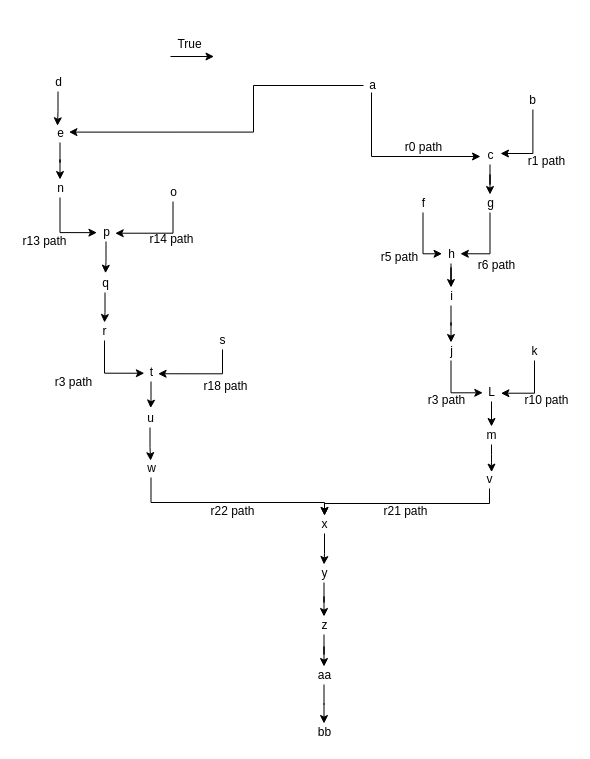
Earlier version of the draw.io diagram Untitled Diagram.drawio (reaganmcf/diagrams-repo). Source tidied: cells renumbered, new cells numbered last; positions are measured from the earlier drawing's top-left corner, leaving out a move shared by most shapes. Both pictures are drawn from the tidied source at 100%, with x=0, y=0 at pixel (17, 35).
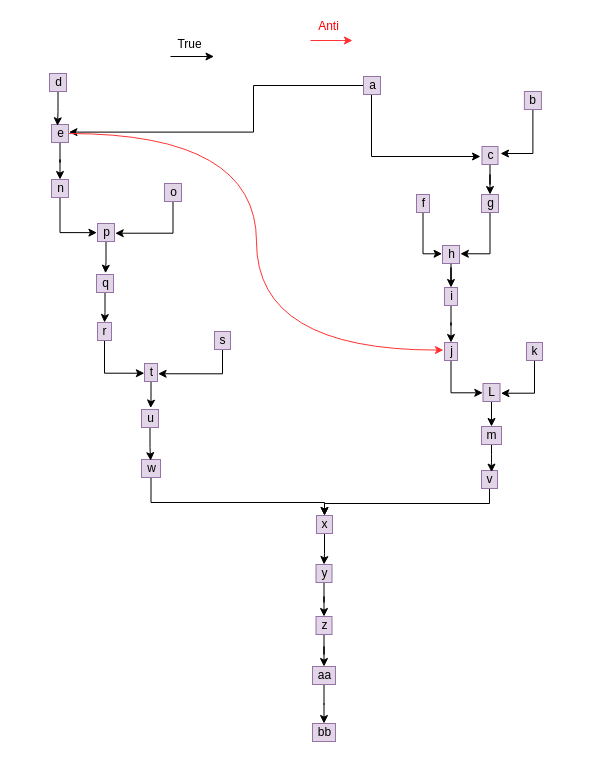
The same page after the edit.

Change to the diagram source:
```diff
@@
-    <mxCell id="2" value="bb" style="text;html=1;align=center;verticalAlign=middle;points=[];strokeColor=none;fillColor=none;" parent="1" vertex="1">
+    <mxCell id="2" value="bb" style="text;html=1;align=center;verticalAlign=middle;points=[];strokeColor=#9673a6;fillColor=#e1d5e7;" parent="1" vertex="1">
       <mxGeometry x="295" y="688" width="23" height="18" as="geometry" />
     </mxCell>
@@
-    <mxCell id="4" value="aa" style="text;html=1;align=center;verticalAlign=middle;points=[];strokeColor=none;fillColor=none;" parent="1" vertex="1">
+    <mxCell id="4" value="aa" style="text;html=1;align=center;verticalAlign=middle;points=[];strokeColor=#9673a6;fillColor=#e1d5e7;" parent="1" vertex="1">
       <mxGeometry x="295" y="631" width="23" height="18" as="geometry" />
     </mxCell>
@@
-    <mxCell id="6" value="z" style="text;html=1;align=center;verticalAlign=middle;points=[];strokeColor=none;fillColor=none;" parent="1" vertex="1">
+    <mxCell id="6" value="z" style="text;html=1;align=center;verticalAlign=middle;points=[];strokeColor=#9673a6;fillColor=#e1d5e7;" parent="1" vertex="1">
       <mxGeometry x="298.5" y="581" width="16" height="18" as="geometry" />
     </mxCell>
@@
-    <mxCell id="8" value="y" style="text;html=1;align=center;verticalAlign=middle;points=[];strokeColor=none;fillColor=none;" parent="1" vertex="1">
+    <mxCell id="8" value="y" style="text;html=1;align=center;verticalAlign=middle;points=[];strokeColor=#9673a6;fillColor=#e1d5e7;" parent="1" vertex="1">
       <mxGeometry x="298.5" y="529" width="16" height="18" as="geometry" />
     </mxCell>
@@
-    <mxCell id="10" value="x" style="text;html=1;align=center;verticalAlign=middle;points=[];strokeColor=none;fillColor=none;" parent="1" vertex="1">
+    <mxCell id="10" value="x" style="text;html=1;align=center;verticalAlign=middle;points=[];strokeColor=#9673a6;fillColor=#e1d5e7;" parent="1" vertex="1">
       <mxGeometry x="299" y="480" width="16" height="18" as="geometry" />
     </mxCell>
-    <mxCell id="11" value="r21 path" style="text;html=1;align=center;verticalAlign=middle;strokeColor=none;fillColor=none;" parent="1" vertex="1">
-      <mxGeometry x="361" y="467" width="54" height="18" as="geometry" />
-    </mxCell>
@@
-    <mxCell id="13" value="v" style="text;html=1;align=center;verticalAlign=middle;points=[];strokeColor=none;fillColor=none;" parent="1" vertex="1">
+    <mxCell id="13" value="v" style="text;html=1;align=center;verticalAlign=middle;points=[];strokeColor=#9673a6;fillColor=#e1d5e7;" parent="1" vertex="1">
       <mxGeometry x="464" y="435" width="16" height="18" as="geometry" />
     </mxCell>
@@
-    <mxCell id="15" value="m" style="text;html=1;align=center;verticalAlign=middle;points=[];strokeColor=none;fillColor=none;" parent="1" vertex="1">
+    <mxCell id="15" value="m" style="text;html=1;align=center;verticalAlign=middle;points=[];strokeColor=#9673a6;fillColor=#e1d5e7;" parent="1" vertex="1">
       <mxGeometry x="464" y="391" width="20" height="18" as="geometry" />
     </mxCell>
@@
-    <mxCell id="17" value="L" style="text;html=1;align=center;verticalAlign=middle;points=[];strokeColor=none;fillColor=none;" parent="1" vertex="1">
+    <mxCell id="17" value="L" style="text;html=1;align=center;verticalAlign=middle;points=[];strokeColor=#9673a6;fillColor=#e1d5e7;" parent="1" vertex="1">
       <mxGeometry x="465.5" y="348" width="17" height="18" as="geometry" />
     </mxCell>
-    <mxCell id="18" value="r3 path" style="text;html=1;align=center;verticalAlign=middle;strokeColor=none;fillColor=none;" parent="1" vertex="1">
-      <mxGeometry x="405" y="356" width="47" height="18" as="geometry" />
-    </mxCell>
@@
-    <mxCell id="20" value="j" style="text;html=1;align=center;verticalAlign=middle;points=[];strokeColor=none;fillColor=none;" parent="1" vertex="1">
+    <mxCell id="20" value="j" style="text;html=1;align=center;verticalAlign=middle;points=[];strokeColor=#9673a6;fillColor=#e1d5e7;" parent="1" vertex="1">
       <mxGeometry x="427" y="307" width="13" height="18" as="geometry" />
     </mxCell>
@@
-    <mxCell id="22" value="i" style="text;html=1;align=center;verticalAlign=middle;points=[];strokeColor=none;fillColor=none;" parent="1" vertex="1">
+    <mxCell id="22" value="i" style="text;html=1;align=center;verticalAlign=middle;points=[];strokeColor=#9673a6;fillColor=#e1d5e7;" parent="1" vertex="1">
       <mxGeometry x="427" y="252" width="13" height="18" as="geometry" />
     </mxCell>
@@
-    <mxCell id="24" value="h" style="text;html=1;align=center;verticalAlign=middle;points=[];strokeColor=none;fillColor=none;" parent="1" vertex="1">
+    <mxCell id="24" value="h" style="text;html=1;align=center;verticalAlign=middle;points=[];strokeColor=#9673a6;fillColor=#e1d5e7;" parent="1" vertex="1">
       <mxGeometry x="425" y="210" width="17" height="18" as="geometry" />
     </mxCell>
-    <mxCell id="25" value="r5 path" style="text;html=1;align=center;verticalAlign=middle;strokeColor=none;fillColor=none;" parent="1" vertex="1">
-      <mxGeometry x="358" y="213" width="47" height="18" as="geometry" />
-    </mxCell>
@@
-    <mxCell id="27" value="f" style="text;html=1;align=center;verticalAlign=middle;points=[];strokeColor=none;fillColor=none;" parent="1" vertex="1">
+    <mxCell id="27" value="f" style="text;html=1;align=center;verticalAlign=middle;points=[];strokeColor=#9673a6;fillColor=#e1d5e7;" parent="1" vertex="1">
       <mxGeometry x="399" y="159" width="13" height="18" as="geometry" />
     </mxCell>
-    <mxCell id="28" value="r6 path" style="text;html=1;align=center;verticalAlign=middle;strokeColor=none;fillColor=none;" parent="1" vertex="1">
-      <mxGeometry x="455" y="221" width="47" height="18" as="geometry" />
-    </mxCell>
@@
-    <mxCell id="30" value="g" style="text;html=1;align=center;verticalAlign=middle;points=[];strokeColor=none;fillColor=none;" parent="1" vertex="1">
+    <mxCell id="30" value="g" style="text;html=1;align=center;verticalAlign=middle;points=[];strokeColor=#9673a6;fillColor=#e1d5e7;" parent="1" vertex="1">
       <mxGeometry x="464" y="159" width="17" height="18" as="geometry" />
     </mxCell>
@@
-    <mxCell id="32" value="c" style="text;html=1;align=center;verticalAlign=middle;points=[];strokeColor=none;fillColor=none;" parent="1" vertex="1">
+    <mxCell id="32" value="c" style="text;html=1;align=center;verticalAlign=middle;points=[];strokeColor=#9673a6;fillColor=#e1d5e7;" parent="1" vertex="1">
       <mxGeometry x="464.5" y="111" width="16" height="18" as="geometry" />
     </mxCell>
@@
-    <mxCell id="34" value="b" style="text;html=1;align=center;verticalAlign=middle;points=[];strokeColor=none;fillColor=none;" parent="1" vertex="1">
+    <mxCell id="34" value="b" style="text;html=1;align=center;verticalAlign=middle;points=[];strokeColor=#9673a6;fillColor=#e1d5e7;" parent="1" vertex="1">
       <mxGeometry x="506.9" y="56" width="17" height="18" as="geometry" />
     </mxCell>
-    <mxCell id="35" value="r1 path" style="text;html=1;align=center;verticalAlign=middle;strokeColor=none;fillColor=none;" parent="1" vertex="1">
-      <mxGeometry x="505.5" y="117" width="47" height="18" as="geometry" />
-    </mxCell>
@@
-    <mxCell id="38" value="a" style="text;html=1;align=center;verticalAlign=middle;points=[];strokeColor=none;fillColor=none;" parent="1" vertex="1">
+    <mxCell id="38" value="a" style="text;html=1;align=center;verticalAlign=middle;points=[];strokeColor=#9673a6;fillColor=#e1d5e7;" parent="1" vertex="1">
       <mxGeometry x="346" y="41" width="17" height="18" as="geometry" />
     </mxCell>
-    <mxCell id="39" value="r0 path" style="text;html=1;align=center;verticalAlign=middle;strokeColor=none;fillColor=none;" parent="1" vertex="1">
-      <mxGeometry x="382" y="103" width="47" height="18" as="geometry" />
-    </mxCell>
@@
-    <mxCell id="41" value="k" style="text;html=1;align=center;verticalAlign=middle;points=[];strokeColor=none;fillColor=none;" parent="1" vertex="1">
+    <mxCell id="41" value="k" style="text;html=1;align=center;verticalAlign=middle;points=[];strokeColor=#9673a6;fillColor=#e1d5e7;" parent="1" vertex="1">
       <mxGeometry x="509" y="307" width="16" height="18" as="geometry" />
     </mxCell>
-    <mxCell id="42" value="r10 path" style="text;html=1;align=center;verticalAlign=middle;strokeColor=none;fillColor=none;" parent="1" vertex="1">
-      <mxGeometry x="502" y="356" width="54" height="18" as="geometry" />
-    </mxCell>
-    <mxCell id="43" value="&lt;font color=&quot;#000000&quot;&gt;r22 path&lt;/font&gt;" style="text;html=1;align=center;verticalAlign=middle;strokeColor=none;fillColor=none;fontColor=#E6E6E6;" parent="1" vertex="1">
-      <mxGeometry x="188" y="467" width="54" height="18" as="geometry" />
-    </mxCell>
@@
-    <mxCell id="45" value="w" style="text;html=1;align=center;verticalAlign=middle;points=[];strokeColor=none;fillColor=none;fontColor=#000000;" parent="1" vertex="1">
+    <mxCell id="45" value="w" style="text;html=1;align=center;verticalAlign=middle;points=[];strokeColor=#9673a6;fillColor=#e1d5e7;" parent="1" vertex="1">
       <mxGeometry x="124" y="424" width="19" height="18" as="geometry" />
     </mxCell>
@@
-    <mxCell id="47" value="u" style="text;html=1;align=center;verticalAlign=middle;points=[];strokeColor=none;fillColor=none;fontColor=#000000;" parent="1" vertex="1">
+    <mxCell id="47" value="u" style="text;html=1;align=center;verticalAlign=middle;points=[];strokeColor=#9673a6;fillColor=#e1d5e7;" parent="1" vertex="1">
       <mxGeometry x="124" y="374" width="17" height="18" as="geometry" />
     </mxCell>
@@
-    <mxCell id="49" value="t" style="text;html=1;align=center;verticalAlign=middle;points=[];strokeColor=none;fillColor=none;fontColor=#000000;" parent="1" vertex="1">
+    <mxCell id="49" value="t" style="text;html=1;align=center;verticalAlign=middle;points=[];strokeColor=#9673a6;fillColor=#e1d5e7;" parent="1" vertex="1">
       <mxGeometry x="127" y="328" width="13" height="18" as="geometry" />
     </mxCell>
-    <mxCell id="50" value="r3 path" style="text;html=1;align=center;verticalAlign=middle;strokeColor=none;fillColor=none;fontColor=#000000;" parent="1" vertex="1">
-      <mxGeometry x="32" y="338" width="47" height="18" as="geometry" />
-    </mxCell>
-    <mxCell id="51" value="r18 path" style="text;html=1;align=center;verticalAlign=middle;strokeColor=none;fillColor=none;fontColor=#000000;" parent="1" vertex="1">
-      <mxGeometry x="181" y="342" width="54" height="18" as="geometry" />
-    </mxCell>
@@
-    <mxCell id="53" value="s" style="text;html=1;align=center;verticalAlign=middle;points=[];strokeColor=none;fillColor=none;fontColor=#000000;" parent="1" vertex="1">
+    <mxCell id="53" value="s" style="text;html=1;align=center;verticalAlign=middle;points=[];strokeColor=#9673a6;fillColor=#e1d5e7;" parent="1" vertex="1">
       <mxGeometry x="197" y="296" width="16" height="18" as="geometry" />
     </mxCell>
@@
-    <mxCell id="55" value="r" style="text;html=1;align=center;verticalAlign=middle;points=[];strokeColor=none;fillColor=none;fontColor=#000000;" parent="1" vertex="1">
+    <mxCell id="55" value="r" style="text;html=1;align=center;verticalAlign=middle;points=[];strokeColor=#9673a6;fillColor=#e1d5e7;" parent="1" vertex="1">
       <mxGeometry x="80" y="287" width="14" height="18" as="geometry" />
     </mxCell>
@@
-    <mxCell id="57" value="q" style="text;html=1;align=center;verticalAlign=middle;points=[];strokeColor=none;fillColor=none;fontColor=#000000;" parent="1" vertex="1">
+    <mxCell id="57" value="q" style="text;html=1;align=center;verticalAlign=middle;points=[];strokeColor=#9673a6;fillColor=#e1d5e7;" parent="1" vertex="1">
       <mxGeometry x="79" y="239" width="17" height="18" as="geometry" />
     </mxCell>
@@
-    <mxCell id="59" value="p" style="text;html=1;align=center;verticalAlign=middle;points=[];strokeColor=none;fillColor=none;fontColor=#000000;" parent="1" vertex="1">
+    <mxCell id="59" value="p" style="text;html=1;align=center;verticalAlign=middle;points=[];strokeColor=#9673a6;fillColor=#e1d5e7;" parent="1" vertex="1">
       <mxGeometry x="80" y="188" width="17" height="18" as="geometry" />
     </mxCell>
-    <mxCell id="60" value="r13 path" style="text;html=1;align=center;verticalAlign=middle;strokeColor=none;fillColor=none;fontColor=#000000;" parent="1" vertex="1">
-      <mxGeometry y="197" width="54" height="18" as="geometry" />
-    </mxCell>
-    <mxCell id="61" value="r14 path" style="text;html=1;align=center;verticalAlign=middle;strokeColor=none;fillColor=none;fontColor=#000000;" parent="1" vertex="1">
-      <mxGeometry x="127" y="195" width="54" height="18" as="geometry" />
-    </mxCell>
@@
-    <mxCell id="63" value="o" style="text;html=1;align=center;verticalAlign=middle;points=[];strokeColor=none;fillColor=none;fontColor=#000000;" parent="1" vertex="1">
+    <mxCell id="63" value="o" style="text;html=1;align=center;verticalAlign=middle;points=[];strokeColor=#9673a6;fillColor=#e1d5e7;" parent="1" vertex="1">
       <mxGeometry x="147" y="148" width="17" height="18" as="geometry" />
     </mxCell>
@@
-    <mxCell id="65" value="n" style="text;html=1;align=center;verticalAlign=middle;points=[];strokeColor=none;fillColor=none;fontColor=#000000;" parent="1" vertex="1">
+    <mxCell id="65" value="n" style="text;html=1;align=center;verticalAlign=middle;points=[];strokeColor=#9673a6;fillColor=#e1d5e7;" parent="1" vertex="1">
       <mxGeometry x="34" y="144" width="17" height="18" as="geometry" />
     </mxCell>
@@
+    <mxCell id="73" style="edgeStyle=orthogonalEdgeStyle;jettySize=auto;html=1;entryX=-0.08;entryY=0.42;entryDx=0;entryDy=0;entryPerimeter=0;fontColor=#FF0000;strokeColor=#FF3333;curved=1;" parent="1" edge="1" source="67" target="20">
+      <mxGeometry relative="1" as="geometry" />
+    </mxCell>
-    <mxCell id="67" value="e" style="text;html=1;align=center;verticalAlign=middle;points=[];strokeColor=none;fillColor=none;fontColor=#000000;" parent="1" vertex="1">
+    <mxCell id="67" value="e" style="text;html=1;align=center;verticalAlign=middle;points=[];strokeColor=#9673a6;fillColor=#e1d5e7;" parent="1" vertex="1">
       <mxGeometry x="34" y="89" width="17" height="18" as="geometry" />
     </mxCell>
@@
-    <mxCell id="69" value="d" style="text;html=1;align=center;verticalAlign=middle;points=[];strokeColor=none;fillColor=none;fontColor=#000000;" parent="1" vertex="1">
+    <mxCell id="69" value="d" style="text;html=1;align=center;verticalAlign=middle;points=[];strokeColor=#9673a6;fillColor=#e1d5e7;" parent="1" vertex="1">
       <mxGeometry x="32" y="38" width="17" height="18" as="geometry" />
     </mxCell>
@@
+    <mxCell id="74" style="edgeStyle=orthogonalEdgeStyle;rounded=0;orthogonalLoop=1;jettySize=auto;html=1;fontColor=#FF0000;strokeColor=#FF3333;" parent="1" edge="1">
+      <mxGeometry relative="1" as="geometry">
+        <mxPoint x="293" y="5" as="sourcePoint" />
+        <mxPoint x="335" y="5" as="targetPoint" />
+        <Array as="points">
+          <mxPoint x="325" y="5" />
+        </Array>
+      </mxGeometry>
+    </mxCell>
+    <mxCell id="75" value="Anti" style="text;html=1;align=center;verticalAlign=middle;strokeColor=none;fillColor=none;fontColor=#FF0000;" parent="1" vertex="1">
+      <mxGeometry x="295" y="-18" width="31" height="18" as="geometry" />
+    </mxCell>
```
